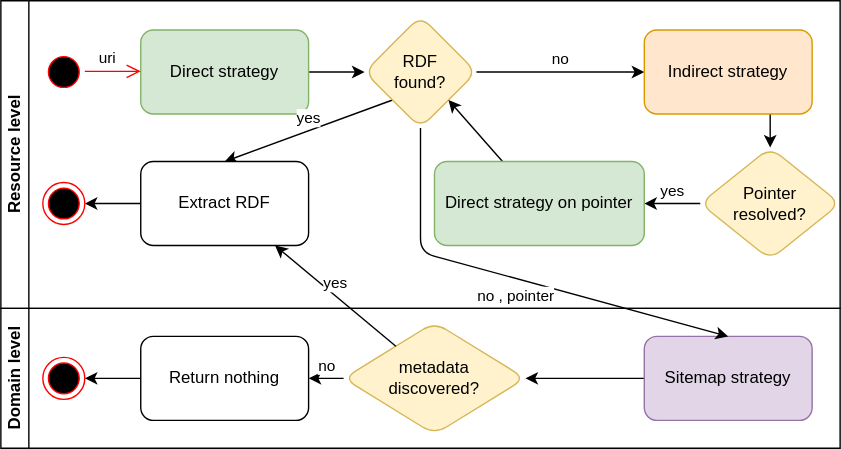
This is papers/wrx/wrx_overview.drawio.svg from cedricdcc/papers, a draw.io export, as it was before one commit. Source tidied: cells renumbered, new cells last; positions are measured from the earlier drawing's top-left corner, leaving out a move shared by most shapes.
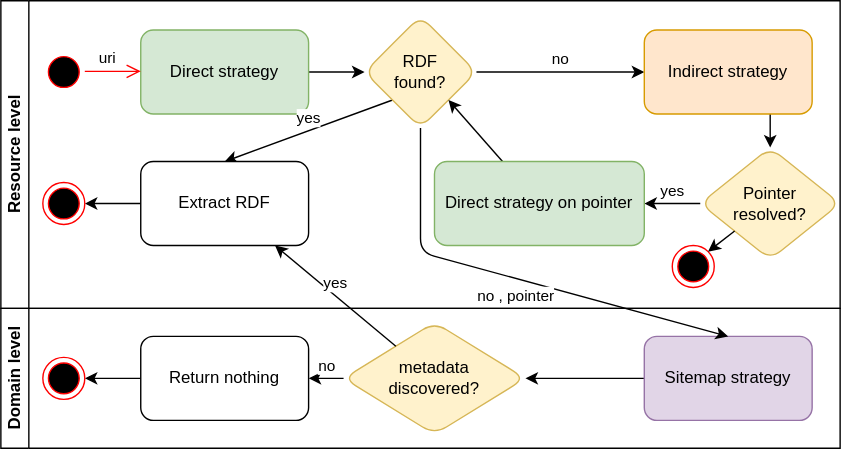
The same diagram one commit later.

Commit message:
Add new graphical elements to the overview diagram

- Introduced two new ellipses with red stroke and black fill for enhanced visibility.
- Added a new path to represent a directional arrow in the diagram.

The edit, as a diff of the source:
```diff
@@ -61,6 +61,12 @@
         <mxPoint x="-5" y="-14" as="offset" />
       </mxGeometry>
     </mxCell>
+    <mxCell id="30" style="ellipse;html=1;shape=endState;fillColor=#000000;strokeColor=#ff0000;" parent="2" vertex="1">
+      <mxGeometry x="480" y="175" width="30" height="30" as="geometry" />
+    </mxCell>
+    <mxCell id="31" style="edgeStyle=none;html=1;entryX=1;entryY=0;entryDx=0;entryDy=0;" parent="2" edge="1" source="11" target="30">
+      <mxGeometry relative="1" as="geometry" />
+    </mxCell>
     <mxCell id="20" value="Domain level" style="swimlane;horizontal=0;whiteSpace=wrap;html=1;startSize=20;" parent="1" vertex="1">
       <mxGeometry y="220" width="600" height="100" as="geometry" />
     </mxCell>
```
